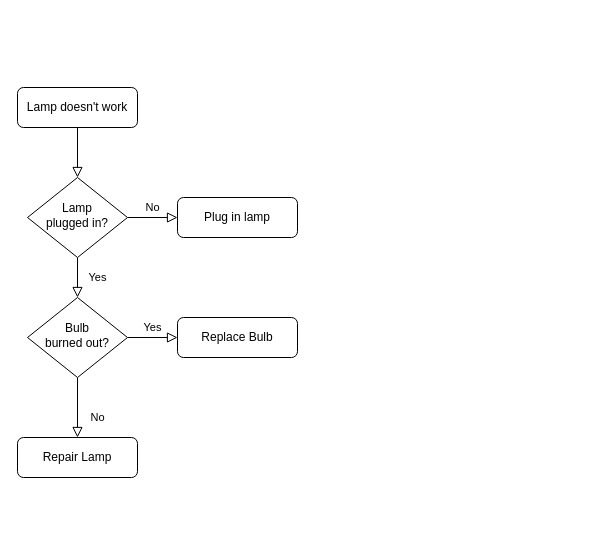
heylovie/html-portfolio keeps this draw.io diagram as public/Untitled Diagram.drawio. Above is the earlier version. Source tidied: cells renumbered, new cells numbered last; positions are measured from the earlier drawing's top-left corner, leaving out a move shared by most shapes. Both pictures are drawn from the tidied source at 100%, with x=0, y=0 at pixel (17, 87).
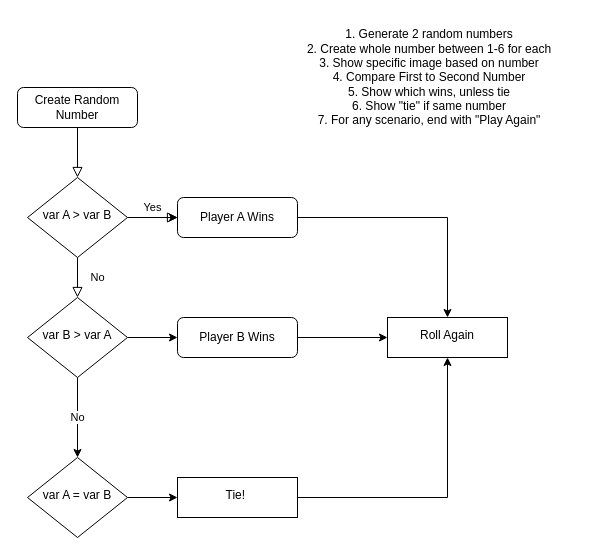
After the change.

The edit, as a diff of the source:
```diff
@@
-    <mxCell id="3" value="Lamp doesn't work" style="rounded=1;whiteSpace=wrap;html=1;fontSize=12;glass=0;strokeWidth=1;shadow=0;" parent="1" vertex="1">
+    <mxCell id="3" value="Create Random Number" style="rounded=1;whiteSpace=wrap;html=1;fontSize=12;glass=0;strokeWidth=1;shadow=0;" parent="1" vertex="1">
       <mxGeometry width="120" height="40" as="geometry" />
     </mxCell>
-    <mxCell id="4" value="Yes" style="rounded=0;html=1;jettySize=auto;fontSize=11;endArrow=block;endFill=0;endSize=8;strokeWidth=1;shadow=0;labelBackgroundColor=none;edgeStyle=orthogonalEdgeStyle;" parent="1" edge="1" source="6" target="10">
+    <mxCell id="4" value="No" style="rounded=0;html=1;jettySize=auto;fontSize=11;endArrow=block;endFill=0;endSize=8;strokeWidth=1;shadow=0;labelBackgroundColor=none;edgeStyle=orthogonalEdgeStyle;" parent="1" edge="1" source="6" target="10">
       <mxGeometry y="20" relative="1" as="geometry" />
     </mxCell>
-    <mxCell id="5" value="No" style="edgeStyle=orthogonalEdgeStyle;rounded=0;html=1;jettySize=auto;fontSize=11;endArrow=block;endFill=0;endSize=8;strokeWidth=1;shadow=0;labelBackgroundColor=none;" parent="1" edge="1" source="6" target="7">
+    <mxCell id="5" value="Yes" style="edgeStyle=orthogonalEdgeStyle;rounded=0;html=1;jettySize=auto;fontSize=11;endArrow=block;endFill=0;endSize=8;strokeWidth=1;shadow=0;labelBackgroundColor=none;" parent="1" edge="1" source="6" target="7">
       <mxGeometry y="10" relative="1" as="geometry" />
     </mxCell>
+    <mxCell id="13" style="edgeStyle=orthogonalEdgeStyle;rounded=0;jettySize=auto;html=1;" parent="1" edge="1" source="6" target="7">
+      <mxGeometry relative="1" as="geometry" />
+    </mxCell>
-    <mxCell id="6" value="Lamp&lt;br&gt;plugged in?" style="rhombus;whiteSpace=wrap;html=1;shadow=0;fontFamily=Helvetica;fontSize=12;align=center;strokeWidth=1;spacing=6;spacingTop=-4;" parent="1" vertex="1">
+    <mxCell id="6" value="var A &amp;gt; var B" style="rhombus;whiteSpace=wrap;html=1;shadow=0;fontFamily=Helvetica;fontSize=12;align=center;strokeWidth=1;spacing=6;spacingTop=-4;" parent="1" vertex="1">
       <mxGeometry x="10" y="90" width="100" height="80" as="geometry" />
     </mxCell>
+    <mxCell id="14" style="edgeStyle=orthogonalEdgeStyle;rounded=0;jettySize=auto;html=1;entryX=0.5;entryY=0;entryDx=0;entryDy=0;" parent="1" edge="1" source="7" target="23">
+      <mxGeometry relative="1" as="geometry" />
+    </mxCell>
-    <mxCell id="7" value="Plug in lamp" style="rounded=1;whiteSpace=wrap;html=1;fontSize=12;glass=0;strokeWidth=1;shadow=0;" parent="1" vertex="1">
+    <mxCell id="7" value="Player A Wins" style="rounded=1;whiteSpace=wrap;html=1;fontSize=12;glass=0;strokeWidth=1;shadow=0;" parent="1" vertex="1">
       <mxGeometry x="160" y="110" width="120" height="40" as="geometry" />
     </mxCell>
-    <mxCell id="8" value="No" style="rounded=0;html=1;jettySize=auto;fontSize=11;endArrow=block;endFill=0;endSize=8;strokeWidth=1;shadow=0;labelBackgroundColor=none;edgeStyle=orthogonalEdgeStyle;" parent="1" edge="1" source="10" target="11">
-      <mxGeometry x="0.33" y="20" relative="1" as="geometry" />
+    <mxCell id="8" value="No" style="edgeStyle=orthogonalEdgeStyle;rounded=0;jettySize=auto;html=1;" parent="1" edge="1" source="10" target="18">
+      <mxGeometry relative="1" as="geometry" />
     </mxCell>
-    <mxCell id="9" value="Yes" style="edgeStyle=orthogonalEdgeStyle;rounded=0;html=1;jettySize=auto;fontSize=11;endArrow=block;endFill=0;endSize=8;strokeWidth=1;shadow=0;labelBackgroundColor=none;" parent="1" edge="1" source="10" target="12">
-      <mxGeometry y="10" relative="1" as="geometry" />
-    </mxCell>
+    <mxCell id="15" style="edgeStyle=orthogonalEdgeStyle;rounded=0;jettySize=auto;html=1;entryX=0;entryY=0.5;entryDx=0;entryDy=0;" parent="1" edge="1" source="10" target="20">
+      <mxGeometry relative="1" as="geometry" />
+    </mxCell>
-    <mxCell id="10" value="Bulb&lt;br&gt;burned out?" style="rhombus;whiteSpace=wrap;html=1;shadow=0;fontFamily=Helvetica;fontSize=12;align=center;strokeWidth=1;spacing=6;spacingTop=-4;" parent="1" vertex="1">
+    <mxCell id="10" value="var B &amp;gt; var A" style="rhombus;whiteSpace=wrap;html=1;shadow=0;fontFamily=Helvetica;fontSize=12;align=center;strokeWidth=1;spacing=6;spacingTop=-4;" parent="1" vertex="1">
       <mxGeometry x="10" y="210" width="100" height="80" as="geometry" />
     </mxCell>
-    <mxCell id="11" value="Repair Lamp" style="rounded=1;whiteSpace=wrap;html=1;fontSize=12;glass=0;strokeWidth=1;shadow=0;" parent="1" vertex="1">
-      <mxGeometry y="350" width="120" height="40" as="geometry" />
-    </mxCell>
-    <mxCell id="12" value="Replace Bulb" style="rounded=1;whiteSpace=wrap;html=1;fontSize=12;glass=0;strokeWidth=1;shadow=0;" parent="1" vertex="1">
-      <mxGeometry x="160" y="230" width="120" height="40" as="geometry" />
-    </mxCell>
+    <mxCell id="16" value="1. Generate 2 random numbers&lt;br&gt;2. Create whole number between 1-6 for each&lt;br&gt;3. Show specific image based on number&lt;br&gt;4. Compare First to Second Number&lt;br&gt;5. Show which wins, unless tie&lt;br&gt;6. Show &quot;tie&quot; if same number&lt;br&gt;7. For any scenario, end with &quot;Play Again&quot;" style="text;html=1;strokeColor=none;fillColor=none;align=center;verticalAlign=middle;whiteSpace=wrap;rounded=0;" parent="1" vertex="1">
+      <mxGeometry x="254" y="-70" width="316" height="120" as="geometry" />
+    </mxCell>
+    <mxCell id="17" style="edgeStyle=orthogonalEdgeStyle;rounded=0;jettySize=auto;html=1;" parent="1" edge="1" source="18" target="22">
+      <mxGeometry relative="1" as="geometry" />
+    </mxCell>
+    <mxCell id="18" value="var A = var B" style="rhombus;whiteSpace=wrap;html=1;shadow=0;fontFamily=Helvetica;fontSize=12;align=center;strokeWidth=1;spacing=6;spacingTop=-4;" parent="1" vertex="1">
+      <mxGeometry x="10" y="370" width="100" height="80" as="geometry" />
+    </mxCell>
+    <mxCell id="19" style="edgeStyle=orthogonalEdgeStyle;rounded=0;jettySize=auto;html=1;" parent="1" edge="1" source="20" target="23">
+      <mxGeometry relative="1" as="geometry" />
+    </mxCell>
+    <mxCell id="20" value="Player B Wins" style="rounded=1;whiteSpace=wrap;html=1;" parent="1" vertex="1">
+      <mxGeometry x="160" y="230" width="120" height="40" as="geometry" />
+    </mxCell>
+    <mxCell id="21" style="edgeStyle=orthogonalEdgeStyle;rounded=0;jettySize=auto;html=1;" parent="1" edge="1" source="22" target="23">
+      <mxGeometry relative="1" as="geometry" />
+    </mxCell>
+    <mxCell id="22" value="Tie!&amp;nbsp;" style="whiteSpace=wrap;html=1;shadow=0;strokeWidth=1;spacing=6;spacingTop=-4;" parent="1" vertex="1">
+      <mxGeometry x="160" y="390" width="120" height="40" as="geometry" />
+    </mxCell>
+    <mxCell id="23" value="Roll Again" style="whiteSpace=wrap;html=1;shadow=0;strokeWidth=1;spacing=6;spacingTop=-4;" parent="1" vertex="1">
+      <mxGeometry x="370" y="230" width="120" height="40" as="geometry" />
+    </mxCell>
```
